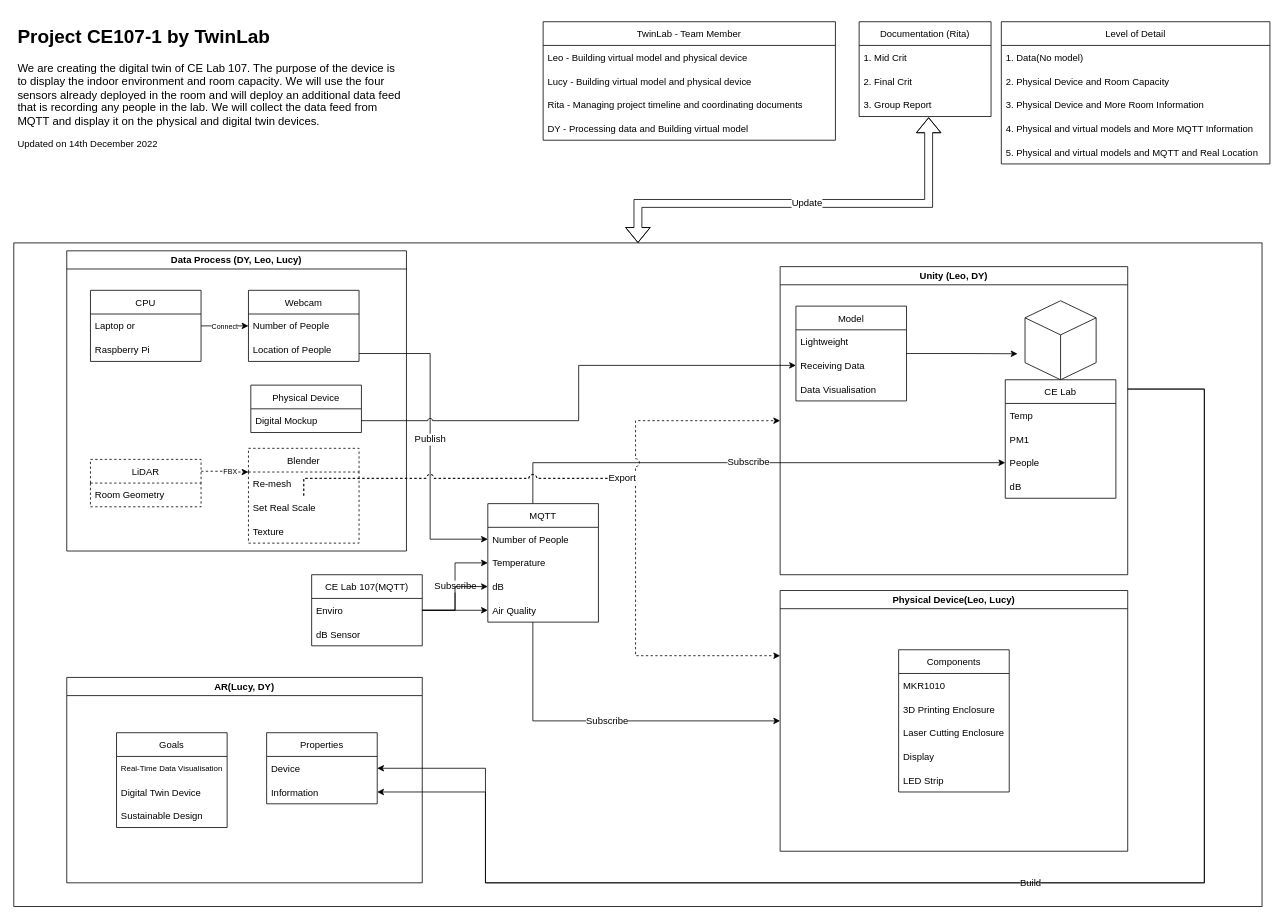
Earlier version of the draw.io diagram Resource/Document/overview.drawio (Lionel-Lim/CE107-1). Source tidied: cells renumbered, new cells numbered last; positions are measured from the earlier drawing's top-left corner, leaving out a move shared by most shapes. Both pictures are drawn from the tidied source at 79%, with x=0, y=0 at pixel (13, 21).
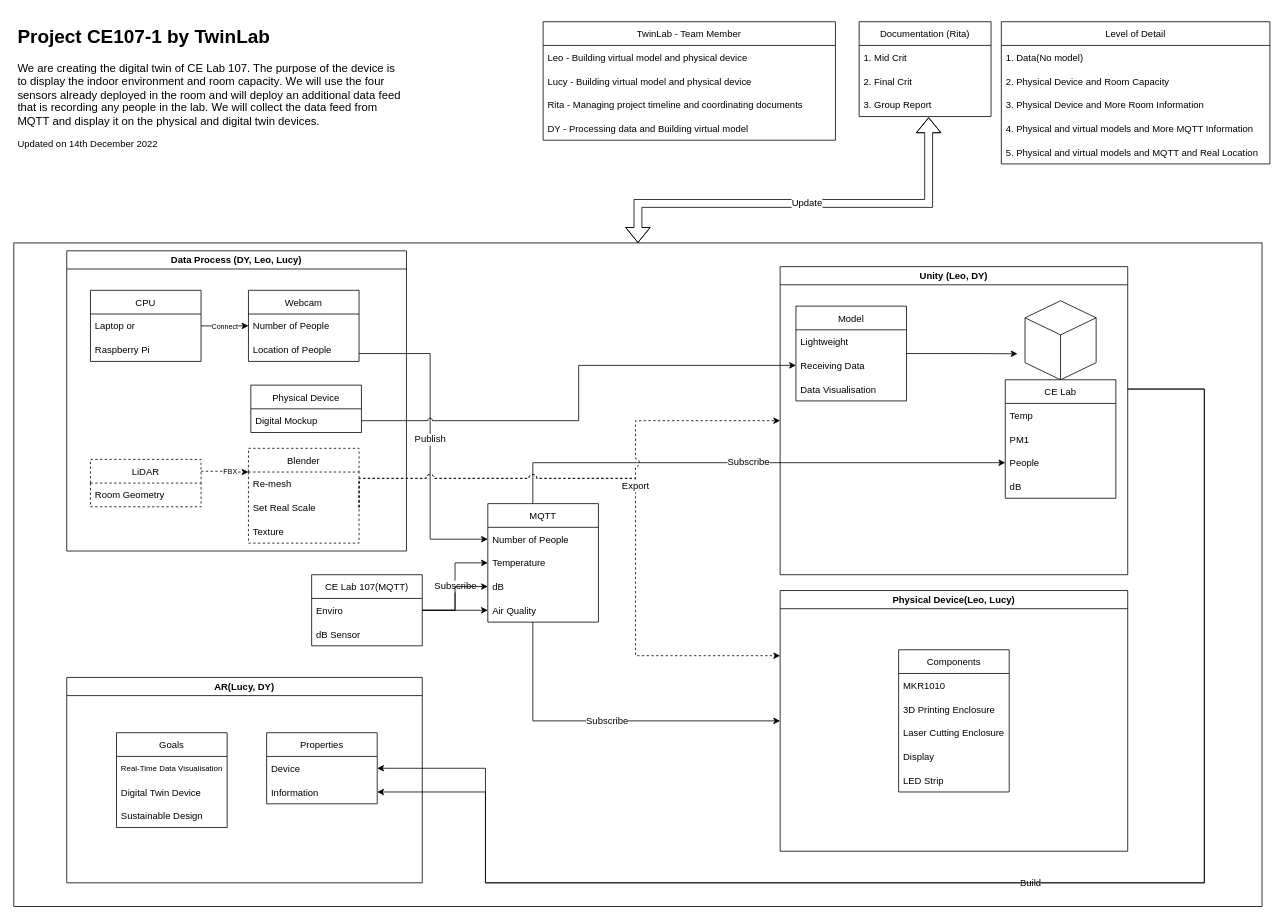
After the change.

Unchanged cells that the change refers to:
```xml
<mxCell id="18" value="Set Real Scale" style="text;strokeColor=none;fillColor=none;align=left;verticalAlign=middle;spacingLeft=4;spacingRight=4;overflow=hidden;points=[[0,0.5],[1,0.5]];portConstraint=eastwest;" parent="16" vertex="1">
  <mxGeometry y="60" width="140" height="30" as="geometry" />
</mxCell>
<mxCell id="20" value="Unity (Leo, DY)" style="swimlane;fontSize=12;" parent="1" vertex="1">
  <mxGeometry x="970" y="310" width="440" height="390" as="geometry" />
</mxCell>
<mxCell id="46" value="Physical Device(Leo, Lucy)" style="swimlane;fontSize=12;" parent="1" vertex="1">
  <mxGeometry x="970" y="720" width="440" height="330" as="geometry" />
</mxCell>
```

Change to the diagram source:
```diff
@@
-    <mxCell id="65" style="edgeStyle=orthogonalEdgeStyle;rounded=0;jettySize=auto;html=1;entryX=0;entryY=0.5;entryDx=0;entryDy=0;fontSize=12;fontColor=#FFFFFF;jumpStyle=arc;jumpSize=10;dashed=1;" parent="1" edge="1" source="18" target="20">
+    <mxCell id="65" style="edgeStyle=orthogonalEdgeStyle;rounded=0;jettySize=auto;html=1;entryX=0;entryY=0.5;entryDx=0;entryDy=0;fontSize=12;fontColor=#FFFFFF;jumpStyle=arc;jumpSize=10;dashed=1;exitX=1;exitY=0.5;exitDx=0;exitDy=0;" parent="1" edge="1" source="18" target="20">
       <mxGeometry relative="1" as="geometry">
         <Array as="points">
+          <mxPoint x="437" y="578" />
           <mxPoint x="787" y="578" />
           <mxPoint x="787" y="505" />
         </Array>
       </mxGeometry>
     </mxCell>
-    <mxCell id="66" value="&lt;font color=&quot;#000000&quot;&gt;Export&lt;/font&gt;" style="edgeStyle=orthogonalEdgeStyle;rounded=0;jumpStyle=arc;jumpSize=10;jettySize=auto;html=1;entryX=0;entryY=0.25;entryDx=0;entryDy=0;fontSize=12;fontColor=#FFFFFF;dashed=1;" parent="1" edge="1" source="18" target="46">
+    <mxCell id="66" value="&lt;font color=&quot;#000000&quot;&gt;Export&lt;/font&gt;" style="edgeStyle=orthogonalEdgeStyle;rounded=0;jumpStyle=arc;jumpSize=10;jettySize=auto;html=1;entryX=0;entryY=0.25;entryDx=0;entryDy=0;fontSize=12;fontColor=#FFFFFF;dashed=1;exitX=1;exitY=0.5;exitDx=0;exitDy=0;" parent="1" edge="1" source="18" target="46">
       <mxGeometry relative="1" as="geometry">
         <Array as="points">
+          <mxPoint x="437" y="578" />
           <mxPoint x="787" y="578" />
           <mxPoint x="787" y="803" />
         </Array>
       </mxGeometry>
     </mxCell>
```
